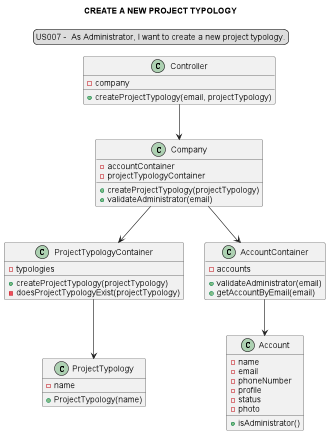
Above: docs/modelling_design/user_stories/sprint02/us007/US007_classDiagram-CREATE_A_NEW_PROJECT_TYPOLOGY.png in Loracline/project_switch_22-23 (PlantUML), before the change.
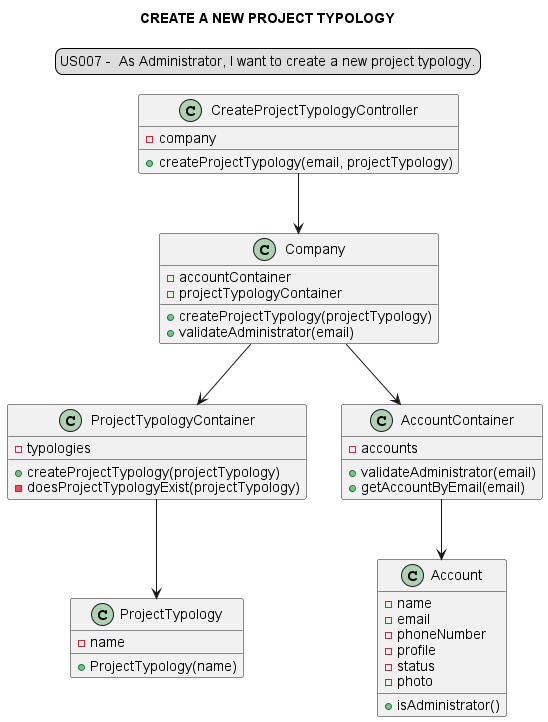
Above is the later version.

Commit message:
US007: Development : update classes names  ProjectTypologyController to CreateProjectTypologyController and ProjectTypologyControllerTest to CreateProjectTypologyControllerTest. Update US007 SD and CD

What changed in the source:
```diff
@@ -6,13 +6,13 @@
 skinparam sequenceMessageAlign center
 title CREATE A NEW PROJECT TYPOLOGY
 
-"Controller" --> "Company"
+"CreateProjectTypologyController" --> "Company"
 "Company" --> "ProjectTypologyContainer"
 "Company" --> "AccountContainer"
 "ProjectTypologyContainer" --> "ProjectTypology"
 "AccountContainer" --> "Account"
 
-class "Controller" {
+class "CreateProjectTypologyController" {
 - company
 +createProjectTypology(email, projectTypology)
 }
```
